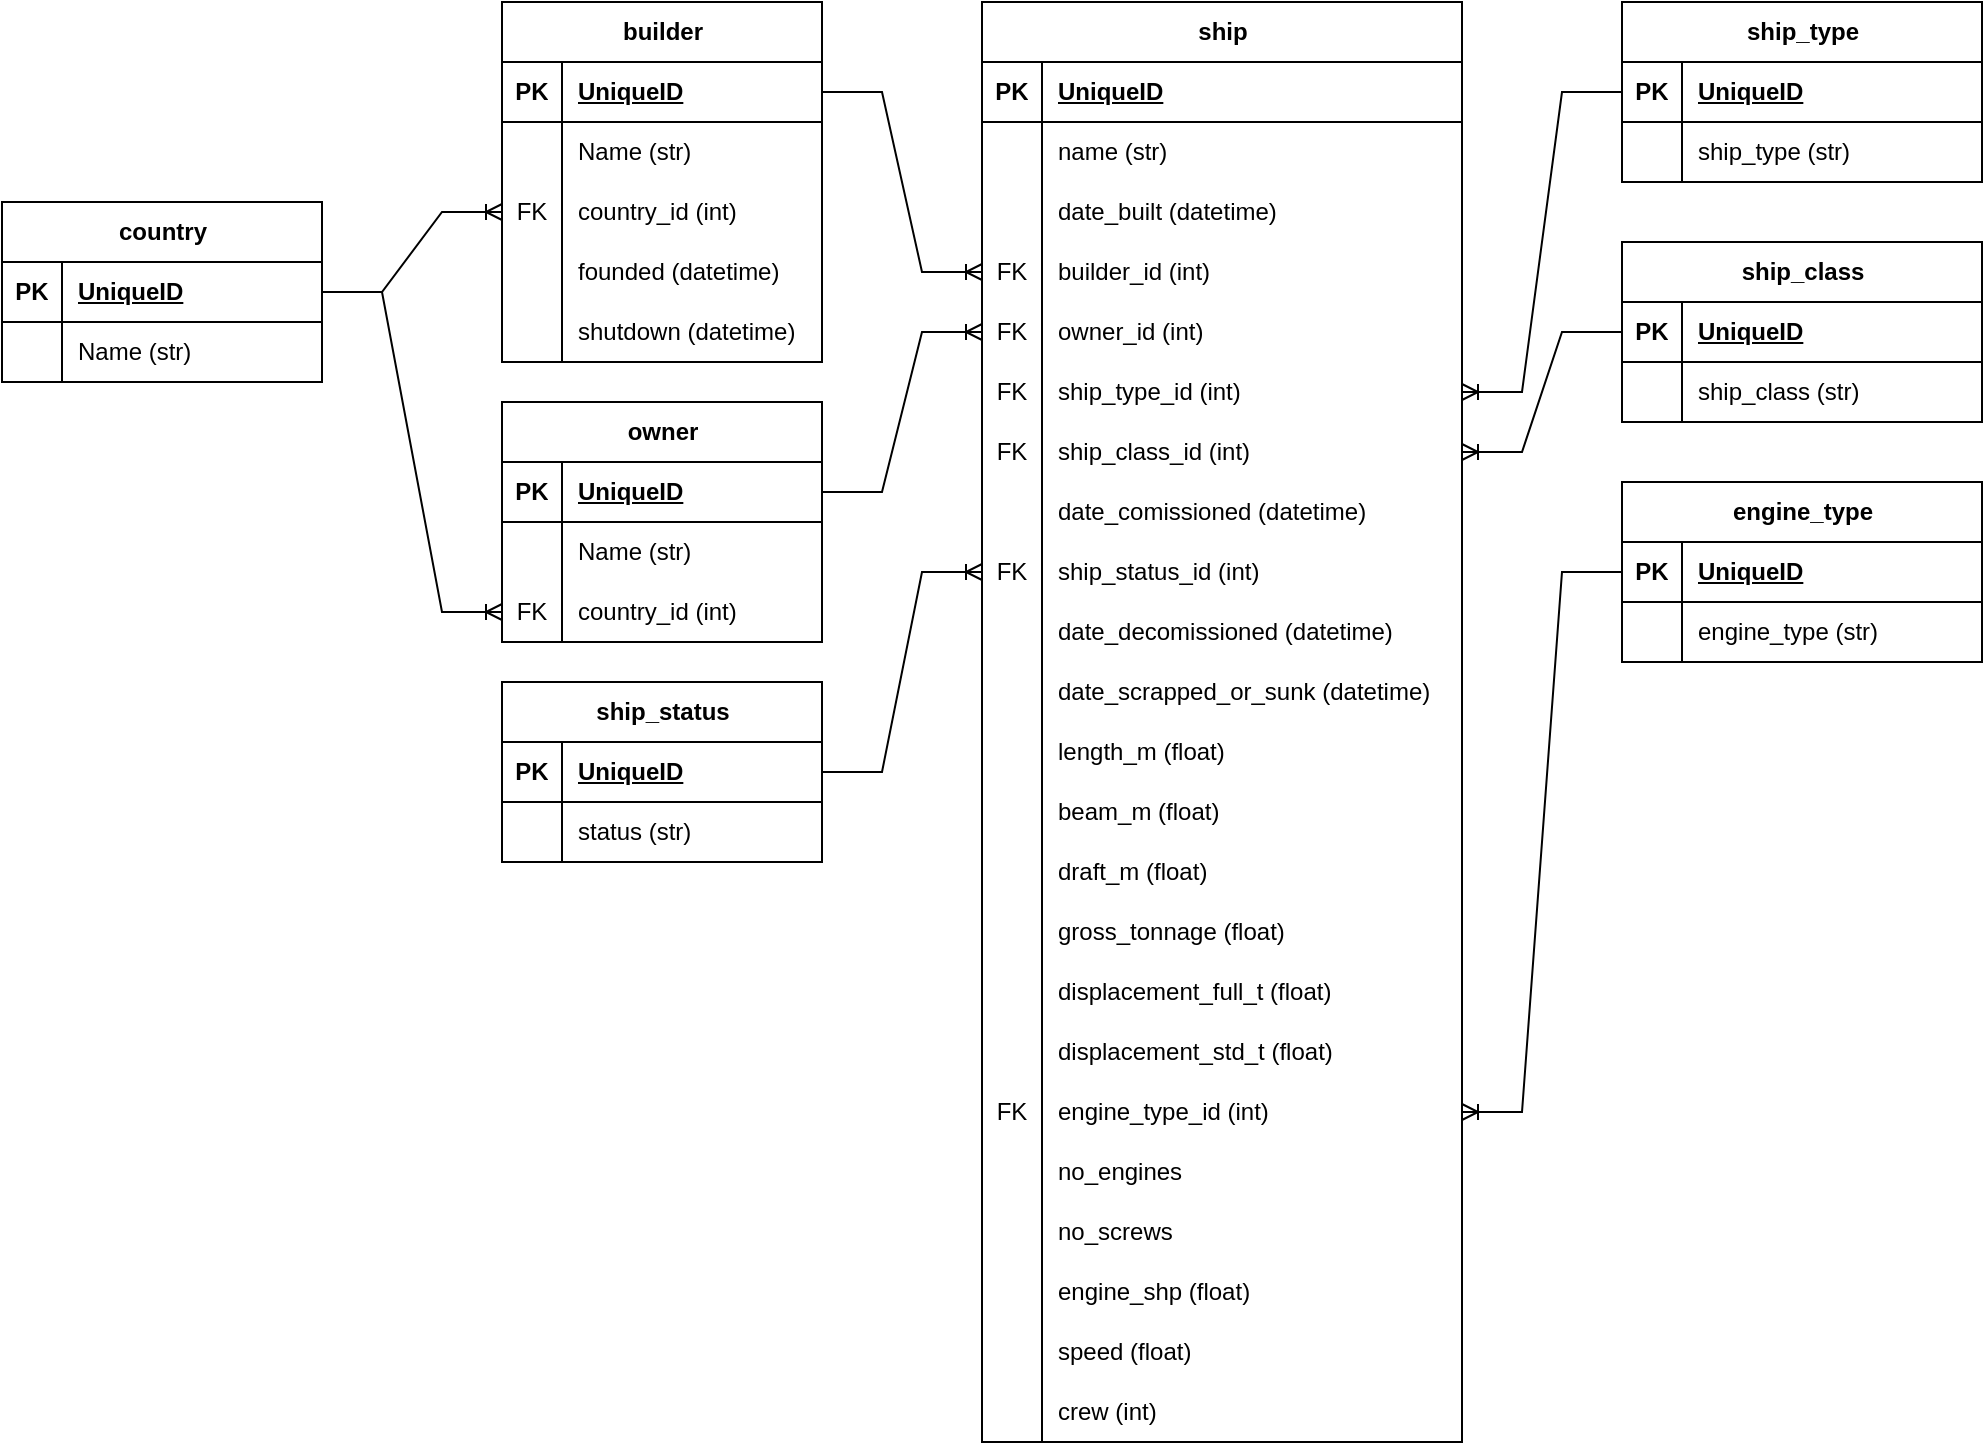
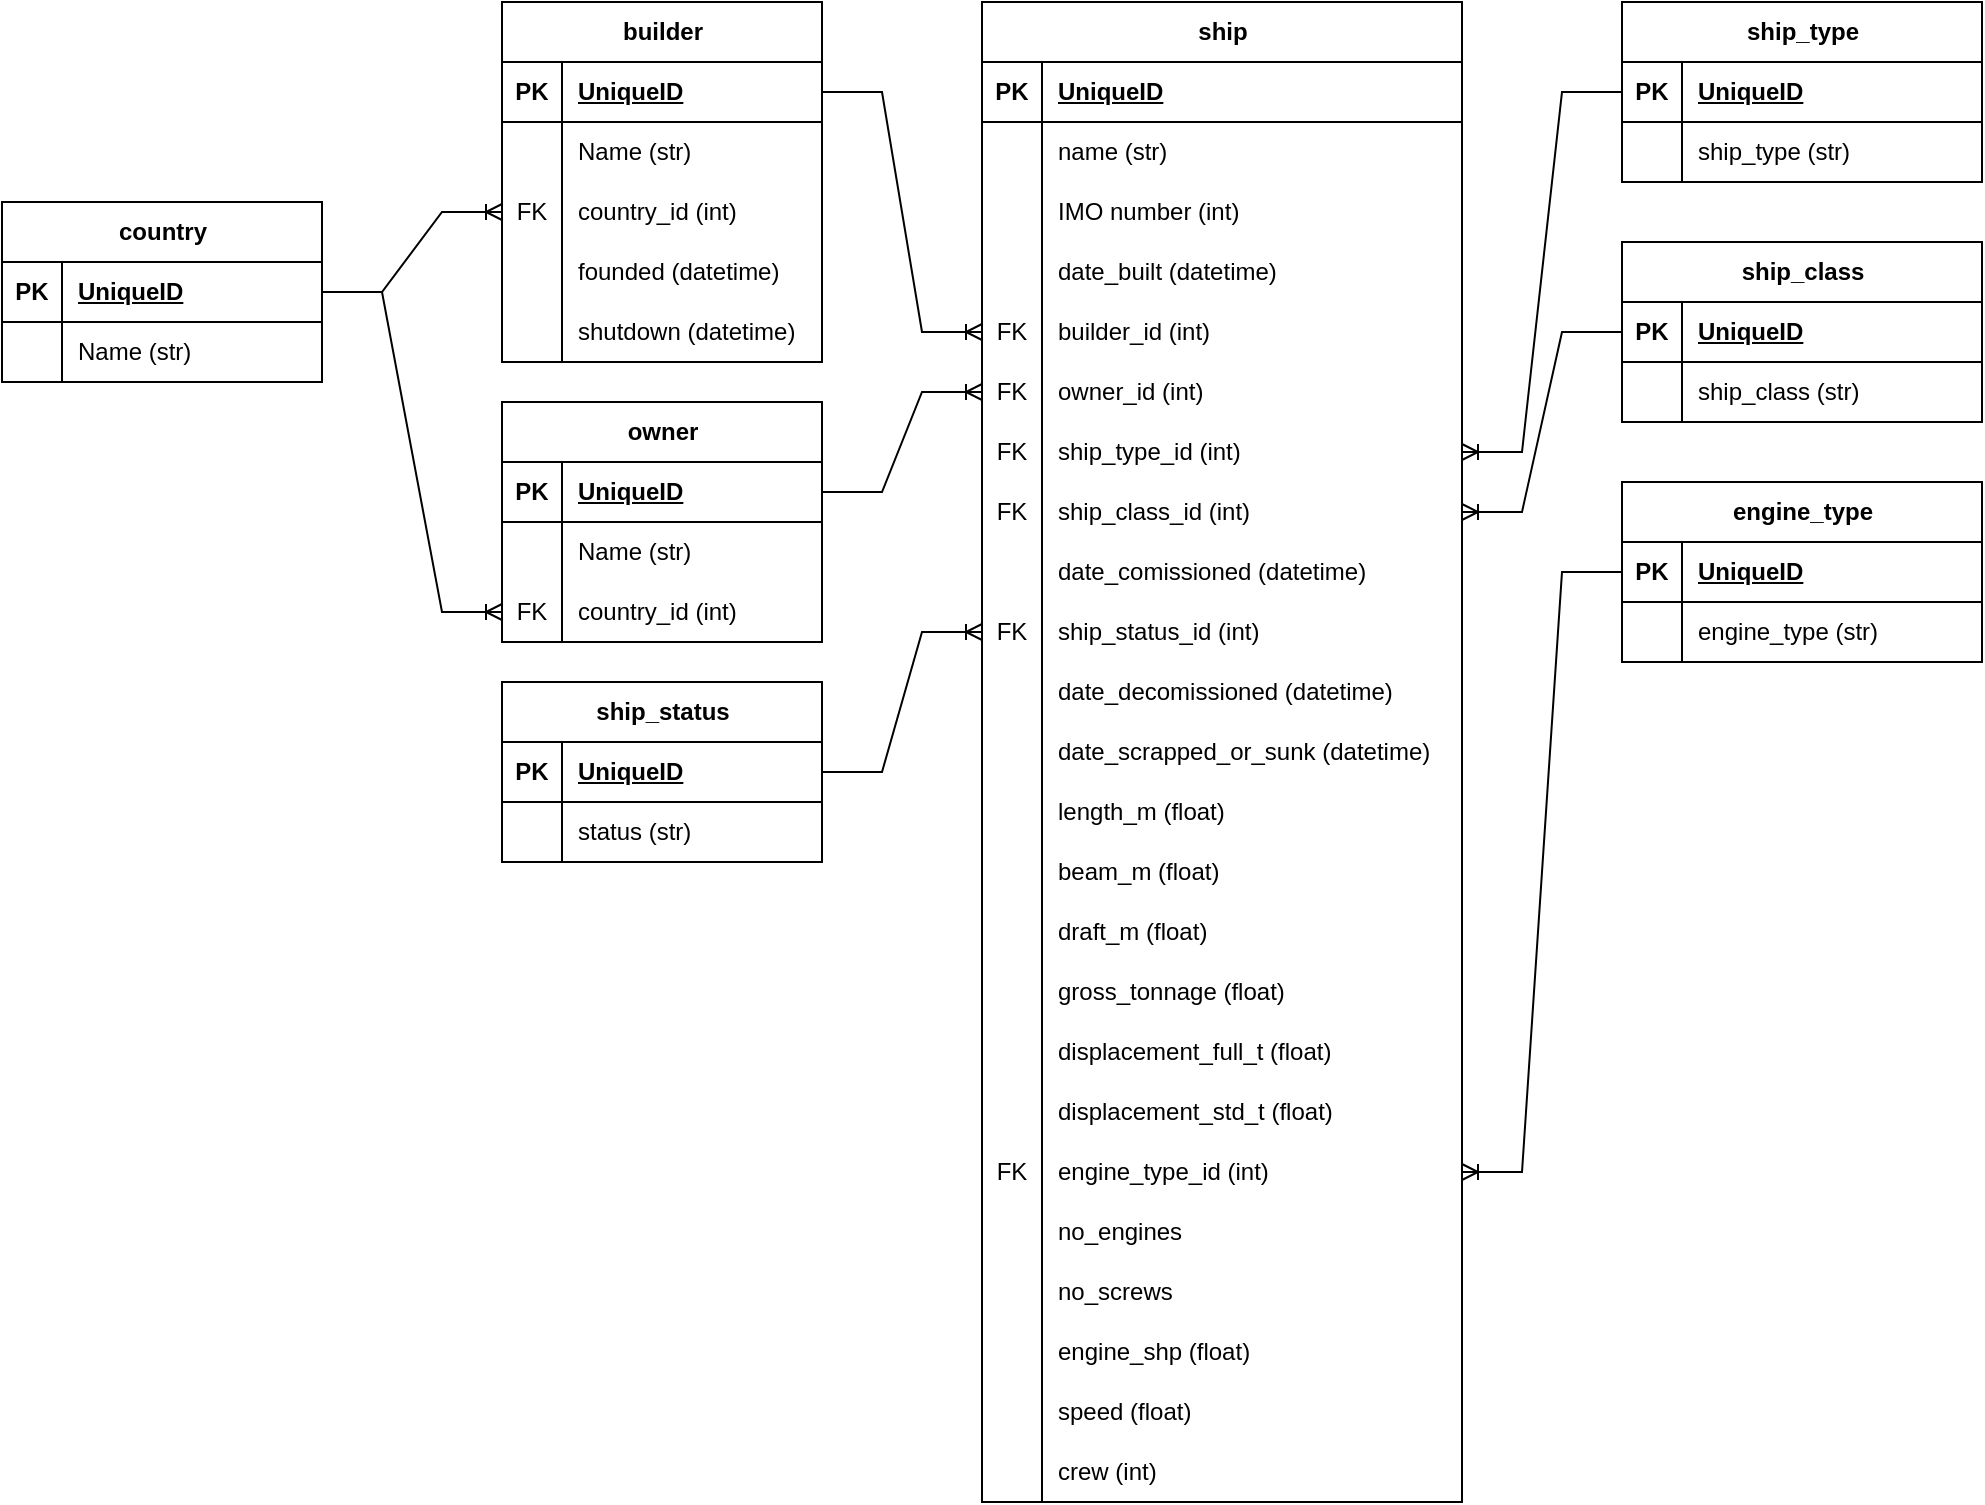
<mxfile host="app.diagrams.net">
  <diagram name="Page-1" id="LOYNeM2NkZnkJ2wTgsF5">
-     <mxGraphModel dx="2231" dy="848" grid="1" gridSize="10" guides="1" tooltips="1" connect="1" arrows="1" fold="1" page="1" pageScale="1" pageWidth="850" pageHeight="1100" math="0" shadow="0">
+     <mxGraphModel dx="2024" dy="721" grid="1" gridSize="10" guides="1" tooltips="1" connect="1" arrows="1" fold="1" page="1" pageScale="1" pageWidth="850" pageHeight="1100" math="0" shadow="0">
      <root>
        <mxCell id="0" />
        <mxCell id="1" parent="0" />
        <mxCell id="s1HRRTq7OXuXrh3WntV8-5" parent="1" style="shape=table;startSize=30;container=1;collapsible=1;childLayout=tableLayout;fixedRows=1;rowLines=0;fontStyle=1;align=center;resizeLast=1;html=1;" value="ship" vertex="1">
-           <mxGeometry height="720" width="240" x="320" y="160" as="geometry" />
+           <mxGeometry height="750" width="240" x="320" y="160" as="geometry" />
        </mxCell>
        <mxCell id="s1HRRTq7OXuXrh3WntV8-6" parent="s1HRRTq7OXuXrh3WntV8-5" style="shape=tableRow;horizontal=0;startSize=0;swimlaneHead=0;swimlaneBody=0;fillColor=none;collapsible=0;dropTarget=0;points=[[0,0.5],[1,0.5]];portConstraint=eastwest;top=0;left=0;right=0;bottom=1;" value="" vertex="1">
          <mxGeometry height="30" width="240" y="30" as="geometry" />
        </mxCell>
        <mxCell id="s1HRRTq7OXuXrh3WntV8-7" parent="s1HRRTq7OXuXrh3WntV8-6" style="shape=partialRectangle;connectable=0;fillColor=none;top=0;left=0;bottom=0;right=0;fontStyle=1;overflow=hidden;whiteSpace=wrap;html=1;" value="PK" vertex="1">
          <mxGeometry height="30" width="30" as="geometry">
            <mxRectangle height="30" width="30" as="alternateBounds" />
          </mxGeometry>
        </mxCell>
        <mxCell id="s1HRRTq7OXuXrh3WntV8-8" parent="s1HRRTq7OXuXrh3WntV8-6" style="shape=partialRectangle;connectable=0;fillColor=none;top=0;left=0;bottom=0;right=0;align=left;spacingLeft=6;fontStyle=5;overflow=hidden;whiteSpace=wrap;html=1;" value="UniqueID" vertex="1">
          <mxGeometry height="30" width="210" x="30" as="geometry">
            <mxRectangle height="30" width="210" as="alternateBounds" />
          </mxGeometry>
        </mxCell>
        <mxCell id="s1HRRTq7OXuXrh3WntV8-9" parent="s1HRRTq7OXuXrh3WntV8-5" style="shape=tableRow;horizontal=0;startSize=0;swimlaneHead=0;swimlaneBody=0;fillColor=none;collapsible=0;dropTarget=0;points=[[0,0.5],[1,0.5]];portConstraint=eastwest;top=0;left=0;right=0;bottom=0;" value="" vertex="1">
          <mxGeometry height="30" width="240" y="60" as="geometry" />
        </mxCell>
        <mxCell id="s1HRRTq7OXuXrh3WntV8-10" parent="s1HRRTq7OXuXrh3WntV8-9" style="shape=partialRectangle;connectable=0;fillColor=none;top=0;left=0;bottom=0;right=0;editable=1;overflow=hidden;whiteSpace=wrap;html=1;" value="" vertex="1">
          <mxGeometry height="30" width="30" as="geometry">
            <mxRectangle height="30" width="30" as="alternateBounds" />
          </mxGeometry>
        </mxCell>
        <mxCell id="s1HRRTq7OXuXrh3WntV8-11" parent="s1HRRTq7OXuXrh3WntV8-9" style="shape=partialRectangle;connectable=0;fillColor=none;top=0;left=0;bottom=0;right=0;align=left;spacingLeft=6;overflow=hidden;whiteSpace=wrap;html=1;" value="name (str)" vertex="1">
          <mxGeometry height="30" width="210" x="30" as="geometry">
            <mxRectangle height="30" width="210" as="alternateBounds" />
          </mxGeometry>
        </mxCell>
+         <mxCell id="lVAfV3OQQ8BUC_afsVHS-1" parent="s1HRRTq7OXuXrh3WntV8-5" style="shape=tableRow;horizontal=0;startSize=0;swimlaneHead=0;swimlaneBody=0;fillColor=none;collapsible=0;dropTarget=0;points=[[0,0.5],[1,0.5]];portConstraint=eastwest;top=0;left=0;right=0;bottom=0;" value="" vertex="1">
+           <mxGeometry height="30" width="240" y="90" as="geometry" />
+         </mxCell>
+         <mxCell id="lVAfV3OQQ8BUC_afsVHS-2" parent="lVAfV3OQQ8BUC_afsVHS-1" style="shape=partialRectangle;connectable=0;fillColor=none;top=0;left=0;bottom=0;right=0;editable=1;overflow=hidden;whiteSpace=wrap;html=1;" value="" vertex="1">
+           <mxGeometry height="30" width="30" as="geometry">
+             <mxRectangle height="30" width="30" as="alternateBounds" />
+           </mxGeometry>
+         </mxCell>
+         <mxCell id="lVAfV3OQQ8BUC_afsVHS-3" parent="lVAfV3OQQ8BUC_afsVHS-1" style="shape=partialRectangle;connectable=0;fillColor=none;top=0;left=0;bottom=0;right=0;align=left;spacingLeft=6;overflow=hidden;whiteSpace=wrap;html=1;" value="&lt;div&gt;IMO number (int)&lt;/div&gt;" vertex="1">
+           <mxGeometry height="30" width="210" x="30" as="geometry">
+             <mxRectangle height="30" width="210" as="alternateBounds" />
+           </mxGeometry>
+         </mxCell>
        <mxCell id="s1HRRTq7OXuXrh3WntV8-12" parent="s1HRRTq7OXuXrh3WntV8-5" style="shape=tableRow;horizontal=0;startSize=0;swimlaneHead=0;swimlaneBody=0;fillColor=none;collapsible=0;dropTarget=0;points=[[0,0.5],[1,0.5]];portConstraint=eastwest;top=0;left=0;right=0;bottom=0;" value="" vertex="1">
-           <mxGeometry height="30" width="240" y="90" as="geometry" />
+           <mxGeometry height="30" width="240" y="120" as="geometry" />
        </mxCell>
        <mxCell id="s1HRRTq7OXuXrh3WntV8-13" parent="s1HRRTq7OXuXrh3WntV8-12" style="shape=partialRectangle;connectable=0;fillColor=none;top=0;left=0;bottom=0;right=0;editable=1;overflow=hidden;whiteSpace=wrap;html=1;" value="" vertex="1">
          <mxGeometry height="30" width="30" as="geometry">
            <mxRectangle height="30" width="30" as="alternateBounds" />
          </mxGeometry>
        </mxCell>
        <mxCell id="s1HRRTq7OXuXrh3WntV8-14" parent="s1HRRTq7OXuXrh3WntV8-12" style="shape=partialRectangle;connectable=0;fillColor=none;top=0;left=0;bottom=0;right=0;align=left;spacingLeft=6;overflow=hidden;whiteSpace=wrap;html=1;" value="date_built (datetime)" vertex="1">
          <mxGeometry height="30" width="210" x="30" as="geometry">
            <mxRectangle height="30" width="210" as="alternateBounds" />
          </mxGeometry>
        </mxCell>
        <mxCell id="s1HRRTq7OXuXrh3WntV8-51" parent="s1HRRTq7OXuXrh3WntV8-5" style="shape=tableRow;horizontal=0;startSize=0;swimlaneHead=0;swimlaneBody=0;fillColor=none;collapsible=0;dropTarget=0;points=[[0,0.5],[1,0.5]];portConstraint=eastwest;top=0;left=0;right=0;bottom=0;" value="" vertex="1">
-           <mxGeometry height="30" width="240" y="120" as="geometry" />
+           <mxGeometry height="30" width="240" y="150" as="geometry" />
        </mxCell>
        <mxCell id="s1HRRTq7OXuXrh3WntV8-52" parent="s1HRRTq7OXuXrh3WntV8-51" style="shape=partialRectangle;connectable=0;fillColor=none;top=0;left=0;bottom=0;right=0;editable=1;overflow=hidden;whiteSpace=wrap;html=1;" value="FK" vertex="1">
          <mxGeometry height="30" width="30" as="geometry">
            <mxRectangle height="30" width="30" as="alternateBounds" />
          </mxGeometry>
        </mxCell>
        <mxCell id="s1HRRTq7OXuXrh3WntV8-53" parent="s1HRRTq7OXuXrh3WntV8-51" style="shape=partialRectangle;connectable=0;fillColor=none;top=0;left=0;bottom=0;right=0;align=left;spacingLeft=6;overflow=hidden;whiteSpace=wrap;html=1;" value="builder_id (int)" vertex="1">
          <mxGeometry height="30" width="210" x="30" as="geometry">
            <mxRectangle height="30" width="210" as="alternateBounds" />
          </mxGeometry>
        </mxCell>
        <mxCell id="s1HRRTq7OXuXrh3WntV8-88" parent="s1HRRTq7OXuXrh3WntV8-5" style="shape=tableRow;horizontal=0;startSize=0;swimlaneHead=0;swimlaneBody=0;fillColor=none;collapsible=0;dropTarget=0;points=[[0,0.5],[1,0.5]];portConstraint=eastwest;top=0;left=0;right=0;bottom=0;" value="" vertex="1">
-           <mxGeometry height="30" width="240" y="150" as="geometry" />
+           <mxGeometry height="30" width="240" y="180" as="geometry" />
        </mxCell>
        <mxCell id="s1HRRTq7OXuXrh3WntV8-89" parent="s1HRRTq7OXuXrh3WntV8-88" style="shape=partialRectangle;connectable=0;fillColor=none;top=0;left=0;bottom=0;right=0;editable=1;overflow=hidden;whiteSpace=wrap;html=1;" value="FK" vertex="1">
          <mxGeometry height="30" width="30" as="geometry">
            <mxRectangle height="30" width="30" as="alternateBounds" />
          </mxGeometry>
        </mxCell>
        <mxCell id="s1HRRTq7OXuXrh3WntV8-90" parent="s1HRRTq7OXuXrh3WntV8-88" style="shape=partialRectangle;connectable=0;fillColor=none;top=0;left=0;bottom=0;right=0;align=left;spacingLeft=6;overflow=hidden;whiteSpace=wrap;html=1;" value="owner_id (int)" vertex="1">
          <mxGeometry height="30" width="210" x="30" as="geometry">
            <mxRectangle height="30" width="210" as="alternateBounds" />
          </mxGeometry>
        </mxCell>
        <mxCell id="s1HRRTq7OXuXrh3WntV8-91" parent="s1HRRTq7OXuXrh3WntV8-5" style="shape=tableRow;horizontal=0;startSize=0;swimlaneHead=0;swimlaneBody=0;fillColor=none;collapsible=0;dropTarget=0;points=[[0,0.5],[1,0.5]];portConstraint=eastwest;top=0;left=0;right=0;bottom=0;" value="" vertex="1">
-           <mxGeometry height="30" width="240" y="180" as="geometry" />
+           <mxGeometry height="30" width="240" y="210" as="geometry" />
        </mxCell>
        <mxCell id="s1HRRTq7OXuXrh3WntV8-92" parent="s1HRRTq7OXuXrh3WntV8-91" style="shape=partialRectangle;connectable=0;fillColor=none;top=0;left=0;bottom=0;right=0;editable=1;overflow=hidden;whiteSpace=wrap;html=1;" value="FK" vertex="1">
          <mxGeometry height="30" width="30" as="geometry">
            <mxRectangle height="30" width="30" as="alternateBounds" />
          </mxGeometry>
        </mxCell>
        <mxCell id="s1HRRTq7OXuXrh3WntV8-93" parent="s1HRRTq7OXuXrh3WntV8-91" style="shape=partialRectangle;connectable=0;fillColor=none;top=0;left=0;bottom=0;right=0;align=left;spacingLeft=6;overflow=hidden;whiteSpace=wrap;html=1;" value="ship_type_id (int)" vertex="1">
          <mxGeometry height="30" width="210" x="30" as="geometry">
            <mxRectangle height="30" width="210" as="alternateBounds" />
          </mxGeometry>
        </mxCell>
        <mxCell id="s1HRRTq7OXuXrh3WntV8-94" parent="s1HRRTq7OXuXrh3WntV8-5" style="shape=tableRow;horizontal=0;startSize=0;swimlaneHead=0;swimlaneBody=0;fillColor=none;collapsible=0;dropTarget=0;points=[[0,0.5],[1,0.5]];portConstraint=eastwest;top=0;left=0;right=0;bottom=0;" value="" vertex="1">
-           <mxGeometry height="30" width="240" y="210" as="geometry" />
+           <mxGeometry height="30" width="240" y="240" as="geometry" />
        </mxCell>
        <mxCell id="s1HRRTq7OXuXrh3WntV8-95" parent="s1HRRTq7OXuXrh3WntV8-94" style="shape=partialRectangle;connectable=0;fillColor=none;top=0;left=0;bottom=0;right=0;editable=1;overflow=hidden;whiteSpace=wrap;html=1;" value="FK" vertex="1">
          <mxGeometry height="30" width="30" as="geometry">
            <mxRectangle height="30" width="30" as="alternateBounds" />
          </mxGeometry>
        </mxCell>
        <mxCell id="s1HRRTq7OXuXrh3WntV8-96" parent="s1HRRTq7OXuXrh3WntV8-94" style="shape=partialRectangle;connectable=0;fillColor=none;top=0;left=0;bottom=0;right=0;align=left;spacingLeft=6;overflow=hidden;whiteSpace=wrap;html=1;" value="ship_class_id (int)" vertex="1">
          <mxGeometry height="30" width="210" x="30" as="geometry">
            <mxRectangle height="30" width="210" as="alternateBounds" />
          </mxGeometry>
        </mxCell>
        <mxCell id="s1HRRTq7OXuXrh3WntV8-42" parent="s1HRRTq7OXuXrh3WntV8-5" style="shape=tableRow;horizontal=0;startSize=0;swimlaneHead=0;swimlaneBody=0;fillColor=none;collapsible=0;dropTarget=0;points=[[0,0.5],[1,0.5]];portConstraint=eastwest;top=0;left=0;right=0;bottom=0;" value="" vertex="1">
-           <mxGeometry height="30" width="240" y="240" as="geometry" />
+           <mxGeometry height="30" width="240" y="270" as="geometry" />
        </mxCell>
        <mxCell id="s1HRRTq7OXuXrh3WntV8-43" parent="s1HRRTq7OXuXrh3WntV8-42" style="shape=partialRectangle;connectable=0;fillColor=none;top=0;left=0;bottom=0;right=0;editable=1;overflow=hidden;whiteSpace=wrap;html=1;" value="" vertex="1">
          <mxGeometry height="30" width="30" as="geometry">
            <mxRectangle height="30" width="30" as="alternateBounds" />
          </mxGeometry>
        </mxCell>
        <mxCell id="s1HRRTq7OXuXrh3WntV8-44" parent="s1HRRTq7OXuXrh3WntV8-42" style="shape=partialRectangle;connectable=0;fillColor=none;top=0;left=0;bottom=0;right=0;align=left;spacingLeft=6;overflow=hidden;whiteSpace=wrap;html=1;" value="date_comissioned (datetime)" vertex="1">
          <mxGeometry height="30" width="210" x="30" as="geometry">
            <mxRectangle height="30" width="210" as="alternateBounds" />
          </mxGeometry>
        </mxCell>
        <mxCell id="s1HRRTq7OXuXrh3WntV8-15" parent="s1HRRTq7OXuXrh3WntV8-5" style="shape=tableRow;horizontal=0;startSize=0;swimlaneHead=0;swimlaneBody=0;fillColor=none;collapsible=0;dropTarget=0;points=[[0,0.5],[1,0.5]];portConstraint=eastwest;top=0;left=0;right=0;bottom=0;" value="" vertex="1">
-           <mxGeometry height="30" width="240" y="270" as="geometry" />
+           <mxGeometry height="30" width="240" y="300" as="geometry" />
        </mxCell>
        <mxCell id="s1HRRTq7OXuXrh3WntV8-16" parent="s1HRRTq7OXuXrh3WntV8-15" style="shape=partialRectangle;connectable=0;fillColor=none;top=0;left=0;bottom=0;right=0;editable=1;overflow=hidden;whiteSpace=wrap;html=1;" value="FK" vertex="1">
          <mxGeometry height="30" width="30" as="geometry">
            <mxRectangle height="30" width="30" as="alternateBounds" />
          </mxGeometry>
        </mxCell>
        <mxCell id="s1HRRTq7OXuXrh3WntV8-17" parent="s1HRRTq7OXuXrh3WntV8-15" style="shape=partialRectangle;connectable=0;fillColor=none;top=0;left=0;bottom=0;right=0;align=left;spacingLeft=6;overflow=hidden;whiteSpace=wrap;html=1;" value="&lt;div&gt;ship_status_id (int)&lt;/div&gt;" vertex="1">
          <mxGeometry height="30" width="210" x="30" as="geometry">
            <mxRectangle height="30" width="210" as="alternateBounds" />
          </mxGeometry>
        </mxCell>
        <mxCell id="s1HRRTq7OXuXrh3WntV8-39" parent="s1HRRTq7OXuXrh3WntV8-5" style="shape=tableRow;horizontal=0;startSize=0;swimlaneHead=0;swimlaneBody=0;fillColor=none;collapsible=0;dropTarget=0;points=[[0,0.5],[1,0.5]];portConstraint=eastwest;top=0;left=0;right=0;bottom=0;" value="" vertex="1">
-           <mxGeometry height="30" width="240" y="300" as="geometry" />
+           <mxGeometry height="30" width="240" y="330" as="geometry" />
        </mxCell>
        <mxCell id="s1HRRTq7OXuXrh3WntV8-40" parent="s1HRRTq7OXuXrh3WntV8-39" style="shape=partialRectangle;connectable=0;fillColor=none;top=0;left=0;bottom=0;right=0;editable=1;overflow=hidden;whiteSpace=wrap;html=1;" value="" vertex="1">
          <mxGeometry height="30" width="30" as="geometry">
            <mxRectangle height="30" width="30" as="alternateBounds" />
          </mxGeometry>
        </mxCell>
        <mxCell id="s1HRRTq7OXuXrh3WntV8-41" parent="s1HRRTq7OXuXrh3WntV8-39" style="shape=partialRectangle;connectable=0;fillColor=none;top=0;left=0;bottom=0;right=0;align=left;spacingLeft=6;overflow=hidden;whiteSpace=wrap;html=1;" value="&lt;div&gt;date_decomissioned (datetime)&lt;/div&gt;" vertex="1">
          <mxGeometry height="30" width="210" x="30" as="geometry">
            <mxRectangle height="30" width="210" as="alternateBounds" />
          </mxGeometry>
        </mxCell>
        <mxCell id="s1HRRTq7OXuXrh3WntV8-45" parent="s1HRRTq7OXuXrh3WntV8-5" style="shape=tableRow;horizontal=0;startSize=0;swimlaneHead=0;swimlaneBody=0;fillColor=none;collapsible=0;dropTarget=0;points=[[0,0.5],[1,0.5]];portConstraint=eastwest;top=0;left=0;right=0;bottom=0;" value="" vertex="1">
-           <mxGeometry height="30" width="240" y="330" as="geometry" />
+           <mxGeometry height="30" width="240" y="360" as="geometry" />
        </mxCell>
        <mxCell id="s1HRRTq7OXuXrh3WntV8-46" parent="s1HRRTq7OXuXrh3WntV8-45" style="shape=partialRectangle;connectable=0;fillColor=none;top=0;left=0;bottom=0;right=0;editable=1;overflow=hidden;whiteSpace=wrap;html=1;" value="" vertex="1">
          <mxGeometry height="30" width="30" as="geometry">
            <mxRectangle height="30" width="30" as="alternateBounds" />
          </mxGeometry>
        </mxCell>
        <mxCell id="s1HRRTq7OXuXrh3WntV8-47" parent="s1HRRTq7OXuXrh3WntV8-45" style="shape=partialRectangle;connectable=0;fillColor=none;top=0;left=0;bottom=0;right=0;align=left;spacingLeft=6;overflow=hidden;whiteSpace=wrap;html=1;" value="date_scrapped_or_sunk (datetime)" vertex="1">
          <mxGeometry height="30" width="210" x="30" as="geometry">
            <mxRectangle height="30" width="210" as="alternateBounds" />
          </mxGeometry>
        </mxCell>
        <mxCell id="s1HRRTq7OXuXrh3WntV8-48" parent="s1HRRTq7OXuXrh3WntV8-5" style="shape=tableRow;horizontal=0;startSize=0;swimlaneHead=0;swimlaneBody=0;fillColor=none;collapsible=0;dropTarget=0;points=[[0,0.5],[1,0.5]];portConstraint=eastwest;top=0;left=0;right=0;bottom=0;" value="" vertex="1">
-           <mxGeometry height="30" width="240" y="360" as="geometry" />
+           <mxGeometry height="30" width="240" y="390" as="geometry" />
        </mxCell>
        <mxCell id="s1HRRTq7OXuXrh3WntV8-49" parent="s1HRRTq7OXuXrh3WntV8-48" style="shape=partialRectangle;connectable=0;fillColor=none;top=0;left=0;bottom=0;right=0;editable=1;overflow=hidden;whiteSpace=wrap;html=1;" value="" vertex="1">
          <mxGeometry height="30" width="30" as="geometry">
            <mxRectangle height="30" width="30" as="alternateBounds" />
          </mxGeometry>
        </mxCell>
        <mxCell id="s1HRRTq7OXuXrh3WntV8-50" parent="s1HRRTq7OXuXrh3WntV8-48" style="shape=partialRectangle;connectable=0;fillColor=none;top=0;left=0;bottom=0;right=0;align=left;spacingLeft=6;overflow=hidden;whiteSpace=wrap;html=1;" value="length_m (float)" vertex="1">
          <mxGeometry height="30" width="210" x="30" as="geometry">
            <mxRectangle height="30" width="210" as="alternateBounds" />
          </mxGeometry>
        </mxCell>
        <mxCell id="s1HRRTq7OXuXrh3WntV8-82" parent="s1HRRTq7OXuXrh3WntV8-5" style="shape=tableRow;horizontal=0;startSize=0;swimlaneHead=0;swimlaneBody=0;fillColor=none;collapsible=0;dropTarget=0;points=[[0,0.5],[1,0.5]];portConstraint=eastwest;top=0;left=0;right=0;bottom=0;" value="" vertex="1">
-           <mxGeometry height="30" width="240" y="390" as="geometry" />
+           <mxGeometry height="30" width="240" y="420" as="geometry" />
        </mxCell>
        <mxCell id="s1HRRTq7OXuXrh3WntV8-83" parent="s1HRRTq7OXuXrh3WntV8-82" style="shape=partialRectangle;connectable=0;fillColor=none;top=0;left=0;bottom=0;right=0;editable=1;overflow=hidden;whiteSpace=wrap;html=1;" value="" vertex="1">
          <mxGeometry height="30" width="30" as="geometry">
            <mxRectangle height="30" width="30" as="alternateBounds" />
          </mxGeometry>
        </mxCell>
        <mxCell id="s1HRRTq7OXuXrh3WntV8-84" parent="s1HRRTq7OXuXrh3WntV8-82" style="shape=partialRectangle;connectable=0;fillColor=none;top=0;left=0;bottom=0;right=0;align=left;spacingLeft=6;overflow=hidden;whiteSpace=wrap;html=1;" value="beam_m (float)" vertex="1">
          <mxGeometry height="30" width="210" x="30" as="geometry">
            <mxRectangle height="30" width="210" as="alternateBounds" />
          </mxGeometry>
        </mxCell>
        <mxCell id="s1HRRTq7OXuXrh3WntV8-85" parent="s1HRRTq7OXuXrh3WntV8-5" style="shape=tableRow;horizontal=0;startSize=0;swimlaneHead=0;swimlaneBody=0;fillColor=none;collapsible=0;dropTarget=0;points=[[0,0.5],[1,0.5]];portConstraint=eastwest;top=0;left=0;right=0;bottom=0;" value="" vertex="1">
-           <mxGeometry height="30" width="240" y="420" as="geometry" />
+           <mxGeometry height="30" width="240" y="450" as="geometry" />
        </mxCell>
        <mxCell id="s1HRRTq7OXuXrh3WntV8-86" parent="s1HRRTq7OXuXrh3WntV8-85" style="shape=partialRectangle;connectable=0;fillColor=none;top=0;left=0;bottom=0;right=0;editable=1;overflow=hidden;whiteSpace=wrap;html=1;" value="" vertex="1">
          <mxGeometry height="30" width="30" as="geometry">
            <mxRectangle height="30" width="30" as="alternateBounds" />
          </mxGeometry>
        </mxCell>
        <mxCell id="s1HRRTq7OXuXrh3WntV8-87" parent="s1HRRTq7OXuXrh3WntV8-85" style="shape=partialRectangle;connectable=0;fillColor=none;top=0;left=0;bottom=0;right=0;align=left;spacingLeft=6;overflow=hidden;whiteSpace=wrap;html=1;" value="draft_m (float)" vertex="1">
          <mxGeometry height="30" width="210" x="30" as="geometry">
            <mxRectangle height="30" width="210" as="alternateBounds" />
          </mxGeometry>
        </mxCell>
        <mxCell id="s1HRRTq7OXuXrh3WntV8-100" parent="s1HRRTq7OXuXrh3WntV8-5" style="shape=tableRow;horizontal=0;startSize=0;swimlaneHead=0;swimlaneBody=0;fillColor=none;collapsible=0;dropTarget=0;points=[[0,0.5],[1,0.5]];portConstraint=eastwest;top=0;left=0;right=0;bottom=0;" value="" vertex="1">
-           <mxGeometry height="30" width="240" y="450" as="geometry" />
+           <mxGeometry height="30" width="240" y="480" as="geometry" />
        </mxCell>
        <mxCell id="s1HRRTq7OXuXrh3WntV8-101" parent="s1HRRTq7OXuXrh3WntV8-100" style="shape=partialRectangle;connectable=0;fillColor=none;top=0;left=0;bottom=0;right=0;editable=1;overflow=hidden;whiteSpace=wrap;html=1;" value="" vertex="1">
          <mxGeometry height="30" width="30" as="geometry">
            <mxRectangle height="30" width="30" as="alternateBounds" />
          </mxGeometry>
        </mxCell>
        <mxCell id="s1HRRTq7OXuXrh3WntV8-102" parent="s1HRRTq7OXuXrh3WntV8-100" style="shape=partialRectangle;connectable=0;fillColor=none;top=0;left=0;bottom=0;right=0;align=left;spacingLeft=6;overflow=hidden;whiteSpace=wrap;html=1;" value="gross_tonnage (float)" vertex="1">
          <mxGeometry height="30" width="210" x="30" as="geometry">
            <mxRectangle height="30" width="210" as="alternateBounds" />
          </mxGeometry>
        </mxCell>
        <mxCell id="s1HRRTq7OXuXrh3WntV8-127" parent="s1HRRTq7OXuXrh3WntV8-5" style="shape=tableRow;horizontal=0;startSize=0;swimlaneHead=0;swimlaneBody=0;fillColor=none;collapsible=0;dropTarget=0;points=[[0,0.5],[1,0.5]];portConstraint=eastwest;top=0;left=0;right=0;bottom=0;" value="" vertex="1">
-           <mxGeometry height="30" width="240" y="480" as="geometry" />
+           <mxGeometry height="30" width="240" y="510" as="geometry" />
        </mxCell>
        <mxCell id="s1HRRTq7OXuXrh3WntV8-128" parent="s1HRRTq7OXuXrh3WntV8-127" style="shape=partialRectangle;connectable=0;fillColor=none;top=0;left=0;bottom=0;right=0;editable=1;overflow=hidden;whiteSpace=wrap;html=1;" value="" vertex="1">
          <mxGeometry height="30" width="30" as="geometry">
            <mxRectangle height="30" width="30" as="alternateBounds" />
          </mxGeometry>
        </mxCell>
        <mxCell id="s1HRRTq7OXuXrh3WntV8-129" parent="s1HRRTq7OXuXrh3WntV8-127" style="shape=partialRectangle;connectable=0;fillColor=none;top=0;left=0;bottom=0;right=0;align=left;spacingLeft=6;overflow=hidden;whiteSpace=wrap;html=1;" value="displacement_full_t (float)" vertex="1">
          <mxGeometry height="30" width="210" x="30" as="geometry">
            <mxRectangle height="30" width="210" as="alternateBounds" />
          </mxGeometry>
        </mxCell>
        <mxCell id="s1HRRTq7OXuXrh3WntV8-124" parent="s1HRRTq7OXuXrh3WntV8-5" style="shape=tableRow;horizontal=0;startSize=0;swimlaneHead=0;swimlaneBody=0;fillColor=none;collapsible=0;dropTarget=0;points=[[0,0.5],[1,0.5]];portConstraint=eastwest;top=0;left=0;right=0;bottom=0;" value="" vertex="1">
-           <mxGeometry height="30" width="240" y="510" as="geometry" />
+           <mxGeometry height="30" width="240" y="540" as="geometry" />
        </mxCell>
        <mxCell id="s1HRRTq7OXuXrh3WntV8-125" parent="s1HRRTq7OXuXrh3WntV8-124" style="shape=partialRectangle;connectable=0;fillColor=none;top=0;left=0;bottom=0;right=0;editable=1;overflow=hidden;whiteSpace=wrap;html=1;" value="" vertex="1">
          <mxGeometry height="30" width="30" as="geometry">
            <mxRectangle height="30" width="30" as="alternateBounds" />
          </mxGeometry>
        </mxCell>
        <mxCell id="s1HRRTq7OXuXrh3WntV8-126" parent="s1HRRTq7OXuXrh3WntV8-124" style="shape=partialRectangle;connectable=0;fillColor=none;top=0;left=0;bottom=0;right=0;align=left;spacingLeft=6;overflow=hidden;whiteSpace=wrap;html=1;" value="displacement_std_t (float)" vertex="1">
          <mxGeometry height="30" width="210" x="30" as="geometry">
            <mxRectangle height="30" width="210" as="alternateBounds" />
          </mxGeometry>
        </mxCell>
        <mxCell id="s1HRRTq7OXuXrh3WntV8-106" parent="s1HRRTq7OXuXrh3WntV8-5" style="shape=tableRow;horizontal=0;startSize=0;swimlaneHead=0;swimlaneBody=0;fillColor=none;collapsible=0;dropTarget=0;points=[[0,0.5],[1,0.5]];portConstraint=eastwest;top=0;left=0;right=0;bottom=0;" value="" vertex="1">
-           <mxGeometry height="30" width="240" y="540" as="geometry" />
+           <mxGeometry height="30" width="240" y="570" as="geometry" />
        </mxCell>
        <mxCell id="s1HRRTq7OXuXrh3WntV8-107" parent="s1HRRTq7OXuXrh3WntV8-106" style="shape=partialRectangle;connectable=0;fillColor=none;top=0;left=0;bottom=0;right=0;editable=1;overflow=hidden;whiteSpace=wrap;html=1;" value="FK" vertex="1">
          <mxGeometry height="30" width="30" as="geometry">
            <mxRectangle height="30" width="30" as="alternateBounds" />
          </mxGeometry>
        </mxCell>
        <mxCell id="s1HRRTq7OXuXrh3WntV8-108" parent="s1HRRTq7OXuXrh3WntV8-106" style="shape=partialRectangle;connectable=0;fillColor=none;top=0;left=0;bottom=0;right=0;align=left;spacingLeft=6;overflow=hidden;whiteSpace=wrap;html=1;" value="engine_type_id (int)" vertex="1">
          <mxGeometry height="30" width="210" x="30" as="geometry">
            <mxRectangle height="30" width="210" as="alternateBounds" />
          </mxGeometry>
        </mxCell>
        <mxCell id="s1HRRTq7OXuXrh3WntV8-112" parent="s1HRRTq7OXuXrh3WntV8-5" style="shape=tableRow;horizontal=0;startSize=0;swimlaneHead=0;swimlaneBody=0;fillColor=none;collapsible=0;dropTarget=0;points=[[0,0.5],[1,0.5]];portConstraint=eastwest;top=0;left=0;right=0;bottom=0;" value="" vertex="1">
-           <mxGeometry height="30" width="240" y="570" as="geometry" />
+           <mxGeometry height="30" width="240" y="600" as="geometry" />
        </mxCell>
        <mxCell id="s1HRRTq7OXuXrh3WntV8-113" parent="s1HRRTq7OXuXrh3WntV8-112" style="shape=partialRectangle;connectable=0;fillColor=none;top=0;left=0;bottom=0;right=0;editable=1;overflow=hidden;whiteSpace=wrap;html=1;" value="" vertex="1">
          <mxGeometry height="30" width="30" as="geometry">
            <mxRectangle height="30" width="30" as="alternateBounds" />
          </mxGeometry>
        </mxCell>
        <mxCell id="s1HRRTq7OXuXrh3WntV8-114" parent="s1HRRTq7OXuXrh3WntV8-112" style="shape=partialRectangle;connectable=0;fillColor=none;top=0;left=0;bottom=0;right=0;align=left;spacingLeft=6;overflow=hidden;whiteSpace=wrap;html=1;" value="no_engines" vertex="1">
          <mxGeometry height="30" width="210" x="30" as="geometry">
            <mxRectangle height="30" width="210" as="alternateBounds" />
          </mxGeometry>
        </mxCell>
        <mxCell id="s1HRRTq7OXuXrh3WntV8-115" parent="s1HRRTq7OXuXrh3WntV8-5" style="shape=tableRow;horizontal=0;startSize=0;swimlaneHead=0;swimlaneBody=0;fillColor=none;collapsible=0;dropTarget=0;points=[[0,0.5],[1,0.5]];portConstraint=eastwest;top=0;left=0;right=0;bottom=0;" value="" vertex="1">
-           <mxGeometry height="30" width="240" y="600" as="geometry" />
+           <mxGeometry height="30" width="240" y="630" as="geometry" />
        </mxCell>
        <mxCell id="s1HRRTq7OXuXrh3WntV8-116" parent="s1HRRTq7OXuXrh3WntV8-115" style="shape=partialRectangle;connectable=0;fillColor=none;top=0;left=0;bottom=0;right=0;editable=1;overflow=hidden;whiteSpace=wrap;html=1;" value="" vertex="1">
          <mxGeometry height="30" width="30" as="geometry">
            <mxRectangle height="30" width="30" as="alternateBounds" />
          </mxGeometry>
        </mxCell>
        <mxCell id="s1HRRTq7OXuXrh3WntV8-117" parent="s1HRRTq7OXuXrh3WntV8-115" style="shape=partialRectangle;connectable=0;fillColor=none;top=0;left=0;bottom=0;right=0;align=left;spacingLeft=6;overflow=hidden;whiteSpace=wrap;html=1;" value="no_screws" vertex="1">
          <mxGeometry height="30" width="210" x="30" as="geometry">
            <mxRectangle height="30" width="210" as="alternateBounds" />
          </mxGeometry>
        </mxCell>
        <mxCell id="s1HRRTq7OXuXrh3WntV8-97" parent="s1HRRTq7OXuXrh3WntV8-5" style="shape=tableRow;horizontal=0;startSize=0;swimlaneHead=0;swimlaneBody=0;fillColor=none;collapsible=0;dropTarget=0;points=[[0,0.5],[1,0.5]];portConstraint=eastwest;top=0;left=0;right=0;bottom=0;" value="" vertex="1">
-           <mxGeometry height="30" width="240" y="630" as="geometry" />
+           <mxGeometry height="30" width="240" y="660" as="geometry" />
        </mxCell>
        <mxCell id="s1HRRTq7OXuXrh3WntV8-98" parent="s1HRRTq7OXuXrh3WntV8-97" style="shape=partialRectangle;connectable=0;fillColor=none;top=0;left=0;bottom=0;right=0;editable=1;overflow=hidden;whiteSpace=wrap;html=1;" value="" vertex="1">
          <mxGeometry height="30" width="30" as="geometry">
            <mxRectangle height="30" width="30" as="alternateBounds" />
          </mxGeometry>
        </mxCell>
        <mxCell id="s1HRRTq7OXuXrh3WntV8-99" parent="s1HRRTq7OXuXrh3WntV8-97" style="shape=partialRectangle;connectable=0;fillColor=none;top=0;left=0;bottom=0;right=0;align=left;spacingLeft=6;overflow=hidden;whiteSpace=wrap;html=1;" value="engine_shp (float)" vertex="1">
          <mxGeometry height="30" width="210" x="30" as="geometry">
            <mxRectangle height="30" width="210" as="alternateBounds" />
          </mxGeometry>
        </mxCell>
        <mxCell id="s1HRRTq7OXuXrh3WntV8-118" parent="s1HRRTq7OXuXrh3WntV8-5" style="shape=tableRow;horizontal=0;startSize=0;swimlaneHead=0;swimlaneBody=0;fillColor=none;collapsible=0;dropTarget=0;points=[[0,0.5],[1,0.5]];portConstraint=eastwest;top=0;left=0;right=0;bottom=0;" value="" vertex="1">
-           <mxGeometry height="30" width="240" y="660" as="geometry" />
+           <mxGeometry height="30" width="240" y="690" as="geometry" />
        </mxCell>
        <mxCell id="s1HRRTq7OXuXrh3WntV8-119" parent="s1HRRTq7OXuXrh3WntV8-118" style="shape=partialRectangle;connectable=0;fillColor=none;top=0;left=0;bottom=0;right=0;editable=1;overflow=hidden;whiteSpace=wrap;html=1;" value="" vertex="1">
          <mxGeometry height="30" width="30" as="geometry">
            <mxRectangle height="30" width="30" as="alternateBounds" />
          </mxGeometry>
        </mxCell>
        <mxCell id="s1HRRTq7OXuXrh3WntV8-120" parent="s1HRRTq7OXuXrh3WntV8-118" style="shape=partialRectangle;connectable=0;fillColor=none;top=0;left=0;bottom=0;right=0;align=left;spacingLeft=6;overflow=hidden;whiteSpace=wrap;html=1;" value="speed (float)" vertex="1">
          <mxGeometry height="30" width="210" x="30" as="geometry">
            <mxRectangle height="30" width="210" as="alternateBounds" />
          </mxGeometry>
        </mxCell>
        <mxCell id="s1HRRTq7OXuXrh3WntV8-121" parent="s1HRRTq7OXuXrh3WntV8-5" style="shape=tableRow;horizontal=0;startSize=0;swimlaneHead=0;swimlaneBody=0;fillColor=none;collapsible=0;dropTarget=0;points=[[0,0.5],[1,0.5]];portConstraint=eastwest;top=0;left=0;right=0;bottom=0;" value="" vertex="1">
-           <mxGeometry height="30" width="240" y="690" as="geometry" />
+           <mxGeometry height="30" width="240" y="720" as="geometry" />
        </mxCell>
        <mxCell id="s1HRRTq7OXuXrh3WntV8-122" parent="s1HRRTq7OXuXrh3WntV8-121" style="shape=partialRectangle;connectable=0;fillColor=none;top=0;left=0;bottom=0;right=0;editable=1;overflow=hidden;whiteSpace=wrap;html=1;" value="" vertex="1">
          <mxGeometry height="30" width="30" as="geometry">
            <mxRectangle height="30" width="30" as="alternateBounds" />
          </mxGeometry>
        </mxCell>
        <mxCell id="s1HRRTq7OXuXrh3WntV8-123" parent="s1HRRTq7OXuXrh3WntV8-121" style="shape=partialRectangle;connectable=0;fillColor=none;top=0;left=0;bottom=0;right=0;align=left;spacingLeft=6;overflow=hidden;whiteSpace=wrap;html=1;" value="crew (int)" vertex="1">
          <mxGeometry height="30" width="210" x="30" as="geometry">
            <mxRectangle height="30" width="210" as="alternateBounds" />
          </mxGeometry>
        </mxCell>
        <mxCell id="s1HRRTq7OXuXrh3WntV8-130" parent="1" style="shape=table;startSize=30;container=1;collapsible=1;childLayout=tableLayout;fixedRows=1;rowLines=0;fontStyle=1;align=center;resizeLast=1;html=1;" value="builder" vertex="1">
          <mxGeometry height="180" width="160" x="80" y="160" as="geometry" />
        </mxCell>
        <mxCell id="s1HRRTq7OXuXrh3WntV8-131" parent="s1HRRTq7OXuXrh3WntV8-130" style="shape=tableRow;horizontal=0;startSize=0;swimlaneHead=0;swimlaneBody=0;fillColor=none;collapsible=0;dropTarget=0;points=[[0,0.5],[1,0.5]];portConstraint=eastwest;top=0;left=0;right=0;bottom=1;" value="" vertex="1">
          <mxGeometry height="30" width="160" y="30" as="geometry" />
        </mxCell>
        <mxCell id="s1HRRTq7OXuXrh3WntV8-132" parent="s1HRRTq7OXuXrh3WntV8-131" style="shape=partialRectangle;connectable=0;fillColor=none;top=0;left=0;bottom=0;right=0;fontStyle=1;overflow=hidden;whiteSpace=wrap;html=1;" value="PK" vertex="1">
          <mxGeometry height="30" width="30" as="geometry">
            <mxRectangle height="30" width="30" as="alternateBounds" />
          </mxGeometry>
        </mxCell>
        <mxCell id="s1HRRTq7OXuXrh3WntV8-133" parent="s1HRRTq7OXuXrh3WntV8-131" style="shape=partialRectangle;connectable=0;fillColor=none;top=0;left=0;bottom=0;right=0;align=left;spacingLeft=6;fontStyle=5;overflow=hidden;whiteSpace=wrap;html=1;" value="UniqueID" vertex="1">
          <mxGeometry height="30" width="130" x="30" as="geometry">
            <mxRectangle height="30" width="130" as="alternateBounds" />
          </mxGeometry>
        </mxCell>
        <mxCell id="s1HRRTq7OXuXrh3WntV8-134" parent="s1HRRTq7OXuXrh3WntV8-130" style="shape=tableRow;horizontal=0;startSize=0;swimlaneHead=0;swimlaneBody=0;fillColor=none;collapsible=0;dropTarget=0;points=[[0,0.5],[1,0.5]];portConstraint=eastwest;top=0;left=0;right=0;bottom=0;" value="" vertex="1">
          <mxGeometry height="30" width="160" y="60" as="geometry" />
        </mxCell>
        <mxCell id="s1HRRTq7OXuXrh3WntV8-135" parent="s1HRRTq7OXuXrh3WntV8-134" style="shape=partialRectangle;connectable=0;fillColor=none;top=0;left=0;bottom=0;right=0;editable=1;overflow=hidden;whiteSpace=wrap;html=1;" value="" vertex="1">
          <mxGeometry height="30" width="30" as="geometry">
            <mxRectangle height="30" width="30" as="alternateBounds" />
          </mxGeometry>
        </mxCell>
        <mxCell id="s1HRRTq7OXuXrh3WntV8-136" parent="s1HRRTq7OXuXrh3WntV8-134" style="shape=partialRectangle;connectable=0;fillColor=none;top=0;left=0;bottom=0;right=0;align=left;spacingLeft=6;overflow=hidden;whiteSpace=wrap;html=1;" value="Name (str)" vertex="1">
          <mxGeometry height="30" width="130" x="30" as="geometry">
            <mxRectangle height="30" width="130" as="alternateBounds" />
          </mxGeometry>
        </mxCell>
        <mxCell id="s1HRRTq7OXuXrh3WntV8-137" parent="s1HRRTq7OXuXrh3WntV8-130" style="shape=tableRow;horizontal=0;startSize=0;swimlaneHead=0;swimlaneBody=0;fillColor=none;collapsible=0;dropTarget=0;points=[[0,0.5],[1,0.5]];portConstraint=eastwest;top=0;left=0;right=0;bottom=0;" value="" vertex="1">
          <mxGeometry height="30" width="160" y="90" as="geometry" />
        </mxCell>
        <mxCell id="s1HRRTq7OXuXrh3WntV8-138" parent="s1HRRTq7OXuXrh3WntV8-137" style="shape=partialRectangle;connectable=0;fillColor=none;top=0;left=0;bottom=0;right=0;editable=1;overflow=hidden;whiteSpace=wrap;html=1;" value="FK" vertex="1">
          <mxGeometry height="30" width="30" as="geometry">
            <mxRectangle height="30" width="30" as="alternateBounds" />
          </mxGeometry>
        </mxCell>
        <mxCell id="s1HRRTq7OXuXrh3WntV8-139" parent="s1HRRTq7OXuXrh3WntV8-137" style="shape=partialRectangle;connectable=0;fillColor=none;top=0;left=0;bottom=0;right=0;align=left;spacingLeft=6;overflow=hidden;whiteSpace=wrap;html=1;" value="country_id (int)" vertex="1">
          <mxGeometry height="30" width="130" x="30" as="geometry">
            <mxRectangle height="30" width="130" as="alternateBounds" />
          </mxGeometry>
        </mxCell>
        <mxCell id="s1HRRTq7OXuXrh3WntV8-140" parent="s1HRRTq7OXuXrh3WntV8-130" style="shape=tableRow;horizontal=0;startSize=0;swimlaneHead=0;swimlaneBody=0;fillColor=none;collapsible=0;dropTarget=0;points=[[0,0.5],[1,0.5]];portConstraint=eastwest;top=0;left=0;right=0;bottom=0;" value="" vertex="1">
          <mxGeometry height="30" width="160" y="120" as="geometry" />
        </mxCell>
        <mxCell id="s1HRRTq7OXuXrh3WntV8-141" parent="s1HRRTq7OXuXrh3WntV8-140" style="shape=partialRectangle;connectable=0;fillColor=none;top=0;left=0;bottom=0;right=0;editable=1;overflow=hidden;whiteSpace=wrap;html=1;" value="" vertex="1">
          <mxGeometry height="30" width="30" as="geometry">
            <mxRectangle height="30" width="30" as="alternateBounds" />
          </mxGeometry>
        </mxCell>
        <mxCell id="s1HRRTq7OXuXrh3WntV8-142" parent="s1HRRTq7OXuXrh3WntV8-140" style="shape=partialRectangle;connectable=0;fillColor=none;top=0;left=0;bottom=0;right=0;align=left;spacingLeft=6;overflow=hidden;whiteSpace=wrap;html=1;" value="founded (datetime)" vertex="1">
          <mxGeometry height="30" width="130" x="30" as="geometry">
            <mxRectangle height="30" width="130" as="alternateBounds" />
          </mxGeometry>
        </mxCell>
        <mxCell id="s1HRRTq7OXuXrh3WntV8-143" parent="s1HRRTq7OXuXrh3WntV8-130" style="shape=tableRow;horizontal=0;startSize=0;swimlaneHead=0;swimlaneBody=0;fillColor=none;collapsible=0;dropTarget=0;points=[[0,0.5],[1,0.5]];portConstraint=eastwest;top=0;left=0;right=0;bottom=0;" value="" vertex="1">
          <mxGeometry height="30" width="160" y="150" as="geometry" />
        </mxCell>
        <mxCell id="s1HRRTq7OXuXrh3WntV8-144" parent="s1HRRTq7OXuXrh3WntV8-143" style="shape=partialRectangle;connectable=0;fillColor=none;top=0;left=0;bottom=0;right=0;editable=1;overflow=hidden;whiteSpace=wrap;html=1;" value="" vertex="1">
          <mxGeometry height="30" width="30" as="geometry">
            <mxRectangle height="30" width="30" as="alternateBounds" />
          </mxGeometry>
        </mxCell>
        <mxCell id="s1HRRTq7OXuXrh3WntV8-145" parent="s1HRRTq7OXuXrh3WntV8-143" style="shape=partialRectangle;connectable=0;fillColor=none;top=0;left=0;bottom=0;right=0;align=left;spacingLeft=6;overflow=hidden;whiteSpace=wrap;html=1;" value="shutdown (datetime)" vertex="1">
          <mxGeometry height="30" width="130" x="30" as="geometry">
            <mxRectangle height="30" width="130" as="alternateBounds" />
          </mxGeometry>
        </mxCell>
        <mxCell id="s1HRRTq7OXuXrh3WntV8-146" edge="1" parent="1" source="s1HRRTq7OXuXrh3WntV8-130" style="edgeStyle=entityRelationEdgeStyle;fontSize=12;html=1;endArrow=ERoneToMany;rounded=0;exitX=1;exitY=0.25;exitDx=0;exitDy=0;" target="s1HRRTq7OXuXrh3WntV8-51" value="">
          <mxGeometry height="100" relative="1" width="100" as="geometry">
            <mxPoint x="230" y="630" as="sourcePoint" />
            <mxPoint x="330" y="530" as="targetPoint" />
          </mxGeometry>
        </mxCell>
        <mxCell id="s1HRRTq7OXuXrh3WntV8-147" parent="1" style="shape=table;startSize=30;container=1;collapsible=1;childLayout=tableLayout;fixedRows=1;rowLines=0;fontStyle=1;align=center;resizeLast=1;html=1;" value="owner" vertex="1">
          <mxGeometry height="120" width="160" x="80" y="360" as="geometry" />
        </mxCell>
        <mxCell id="s1HRRTq7OXuXrh3WntV8-148" parent="s1HRRTq7OXuXrh3WntV8-147" style="shape=tableRow;horizontal=0;startSize=0;swimlaneHead=0;swimlaneBody=0;fillColor=none;collapsible=0;dropTarget=0;points=[[0,0.5],[1,0.5]];portConstraint=eastwest;top=0;left=0;right=0;bottom=1;" value="" vertex="1">
          <mxGeometry height="30" width="160" y="30" as="geometry" />
        </mxCell>
        <mxCell id="s1HRRTq7OXuXrh3WntV8-149" parent="s1HRRTq7OXuXrh3WntV8-148" style="shape=partialRectangle;connectable=0;fillColor=none;top=0;left=0;bottom=0;right=0;fontStyle=1;overflow=hidden;whiteSpace=wrap;html=1;" value="PK" vertex="1">
          <mxGeometry height="30" width="30" as="geometry">
            <mxRectangle height="30" width="30" as="alternateBounds" />
          </mxGeometry>
        </mxCell>
        <mxCell id="s1HRRTq7OXuXrh3WntV8-150" parent="s1HRRTq7OXuXrh3WntV8-148" style="shape=partialRectangle;connectable=0;fillColor=none;top=0;left=0;bottom=0;right=0;align=left;spacingLeft=6;fontStyle=5;overflow=hidden;whiteSpace=wrap;html=1;" value="UniqueID" vertex="1">
          <mxGeometry height="30" width="130" x="30" as="geometry">
            <mxRectangle height="30" width="130" as="alternateBounds" />
          </mxGeometry>
        </mxCell>
        <mxCell id="s1HRRTq7OXuXrh3WntV8-151" parent="s1HRRTq7OXuXrh3WntV8-147" style="shape=tableRow;horizontal=0;startSize=0;swimlaneHead=0;swimlaneBody=0;fillColor=none;collapsible=0;dropTarget=0;points=[[0,0.5],[1,0.5]];portConstraint=eastwest;top=0;left=0;right=0;bottom=0;" value="" vertex="1">
          <mxGeometry height="30" width="160" y="60" as="geometry" />
        </mxCell>
        <mxCell id="s1HRRTq7OXuXrh3WntV8-152" parent="s1HRRTq7OXuXrh3WntV8-151" style="shape=partialRectangle;connectable=0;fillColor=none;top=0;left=0;bottom=0;right=0;editable=1;overflow=hidden;whiteSpace=wrap;html=1;" value="" vertex="1">
          <mxGeometry height="30" width="30" as="geometry">
            <mxRectangle height="30" width="30" as="alternateBounds" />
          </mxGeometry>
        </mxCell>
        <mxCell id="s1HRRTq7OXuXrh3WntV8-153" parent="s1HRRTq7OXuXrh3WntV8-151" style="shape=partialRectangle;connectable=0;fillColor=none;top=0;left=0;bottom=0;right=0;align=left;spacingLeft=6;overflow=hidden;whiteSpace=wrap;html=1;" value="Name (str)" vertex="1">
          <mxGeometry height="30" width="130" x="30" as="geometry">
            <mxRectangle height="30" width="130" as="alternateBounds" />
          </mxGeometry>
        </mxCell>
        <mxCell id="s1HRRTq7OXuXrh3WntV8-154" parent="s1HRRTq7OXuXrh3WntV8-147" style="shape=tableRow;horizontal=0;startSize=0;swimlaneHead=0;swimlaneBody=0;fillColor=none;collapsible=0;dropTarget=0;points=[[0,0.5],[1,0.5]];portConstraint=eastwest;top=0;left=0;right=0;bottom=0;" value="" vertex="1">
          <mxGeometry height="30" width="160" y="90" as="geometry" />
        </mxCell>
        <mxCell id="s1HRRTq7OXuXrh3WntV8-155" parent="s1HRRTq7OXuXrh3WntV8-154" style="shape=partialRectangle;connectable=0;fillColor=none;top=0;left=0;bottom=0;right=0;editable=1;overflow=hidden;whiteSpace=wrap;html=1;" value="FK" vertex="1">
          <mxGeometry height="30" width="30" as="geometry">
            <mxRectangle height="30" width="30" as="alternateBounds" />
          </mxGeometry>
        </mxCell>
        <mxCell id="s1HRRTq7OXuXrh3WntV8-156" parent="s1HRRTq7OXuXrh3WntV8-154" style="shape=partialRectangle;connectable=0;fillColor=none;top=0;left=0;bottom=0;right=0;align=left;spacingLeft=6;overflow=hidden;whiteSpace=wrap;html=1;" value="country_id (int)" vertex="1">
          <mxGeometry height="30" width="130" x="30" as="geometry">
            <mxRectangle height="30" width="130" as="alternateBounds" />
          </mxGeometry>
        </mxCell>
        <mxCell id="s1HRRTq7OXuXrh3WntV8-160" edge="1" parent="1" source="s1HRRTq7OXuXrh3WntV8-148" style="edgeStyle=entityRelationEdgeStyle;fontSize=12;html=1;endArrow=ERoneToMany;rounded=0;exitX=1;exitY=0.5;exitDx=0;exitDy=0;" target="s1HRRTq7OXuXrh3WntV8-88" value="">
          <mxGeometry height="100" relative="1" width="100" as="geometry">
            <mxPoint x="230" y="540" as="sourcePoint" />
            <mxPoint x="310" y="630" as="targetPoint" />
          </mxGeometry>
        </mxCell>
        <mxCell id="s1HRRTq7OXuXrh3WntV8-165" parent="1" style="shape=table;startSize=30;container=1;collapsible=1;childLayout=tableLayout;fixedRows=1;rowLines=0;fontStyle=1;align=center;resizeLast=1;html=1;" value="country" vertex="1">
          <mxGeometry height="90" width="160" x="-170" y="260" as="geometry" />
        </mxCell>
        <mxCell id="s1HRRTq7OXuXrh3WntV8-166" parent="s1HRRTq7OXuXrh3WntV8-165" style="shape=tableRow;horizontal=0;startSize=0;swimlaneHead=0;swimlaneBody=0;fillColor=none;collapsible=0;dropTarget=0;points=[[0,0.5],[1,0.5]];portConstraint=eastwest;top=0;left=0;right=0;bottom=1;" value="" vertex="1">
          <mxGeometry height="30" width="160" y="30" as="geometry" />
        </mxCell>
        <mxCell id="s1HRRTq7OXuXrh3WntV8-167" parent="s1HRRTq7OXuXrh3WntV8-166" style="shape=partialRectangle;connectable=0;fillColor=none;top=0;left=0;bottom=0;right=0;fontStyle=1;overflow=hidden;whiteSpace=wrap;html=1;" value="PK" vertex="1">
          <mxGeometry height="30" width="30" as="geometry">
            <mxRectangle height="30" width="30" as="alternateBounds" />
          </mxGeometry>
        </mxCell>
        <mxCell id="s1HRRTq7OXuXrh3WntV8-168" parent="s1HRRTq7OXuXrh3WntV8-166" style="shape=partialRectangle;connectable=0;fillColor=none;top=0;left=0;bottom=0;right=0;align=left;spacingLeft=6;fontStyle=5;overflow=hidden;whiteSpace=wrap;html=1;" value="UniqueID" vertex="1">
          <mxGeometry height="30" width="130" x="30" as="geometry">
            <mxRectangle height="30" width="130" as="alternateBounds" />
          </mxGeometry>
        </mxCell>
        <mxCell id="s1HRRTq7OXuXrh3WntV8-169" parent="s1HRRTq7OXuXrh3WntV8-165" style="shape=tableRow;horizontal=0;startSize=0;swimlaneHead=0;swimlaneBody=0;fillColor=none;collapsible=0;dropTarget=0;points=[[0,0.5],[1,0.5]];portConstraint=eastwest;top=0;left=0;right=0;bottom=0;" value="" vertex="1">
          <mxGeometry height="30" width="160" y="60" as="geometry" />
        </mxCell>
        <mxCell id="s1HRRTq7OXuXrh3WntV8-170" parent="s1HRRTq7OXuXrh3WntV8-169" style="shape=partialRectangle;connectable=0;fillColor=none;top=0;left=0;bottom=0;right=0;editable=1;overflow=hidden;whiteSpace=wrap;html=1;" value="" vertex="1">
          <mxGeometry height="30" width="30" as="geometry">
            <mxRectangle height="30" width="30" as="alternateBounds" />
          </mxGeometry>
        </mxCell>
        <mxCell id="s1HRRTq7OXuXrh3WntV8-171" parent="s1HRRTq7OXuXrh3WntV8-169" style="shape=partialRectangle;connectable=0;fillColor=none;top=0;left=0;bottom=0;right=0;align=left;spacingLeft=6;overflow=hidden;whiteSpace=wrap;html=1;" value="Name (str)" vertex="1">
          <mxGeometry height="30" width="130" x="30" as="geometry">
            <mxRectangle height="30" width="130" as="alternateBounds" />
          </mxGeometry>
        </mxCell>
        <mxCell id="s1HRRTq7OXuXrh3WntV8-181" edge="1" parent="1" source="s1HRRTq7OXuXrh3WntV8-165" style="edgeStyle=entityRelationEdgeStyle;fontSize=12;html=1;endArrow=ERoneToMany;rounded=0;exitX=1;exitY=0.5;exitDx=0;exitDy=0;" target="s1HRRTq7OXuXrh3WntV8-137" value="">
          <mxGeometry height="100" relative="1" width="100" as="geometry">
            <mxPoint x="-30" y="210" as="sourcePoint" />
            <mxPoint x="50" y="300" as="targetPoint" />
          </mxGeometry>
        </mxCell>
        <mxCell id="s1HRRTq7OXuXrh3WntV8-182" edge="1" parent="1" source="s1HRRTq7OXuXrh3WntV8-165" style="edgeStyle=entityRelationEdgeStyle;fontSize=12;html=1;endArrow=ERoneToMany;rounded=0;exitX=1;exitY=0.5;exitDx=0;exitDy=0;" target="s1HRRTq7OXuXrh3WntV8-154" value="">
          <mxGeometry height="100" relative="1" width="100" as="geometry">
            <mxPoint x="20" y="420" as="sourcePoint" />
            <mxPoint x="100" y="510" as="targetPoint" />
          </mxGeometry>
        </mxCell>
        <mxCell id="s1HRRTq7OXuXrh3WntV8-183" parent="1" style="shape=table;startSize=30;container=1;collapsible=1;childLayout=tableLayout;fixedRows=1;rowLines=0;fontStyle=1;align=center;resizeLast=1;html=1;" value="ship_status" vertex="1">
          <mxGeometry height="90" width="160" x="80" y="500" as="geometry" />
        </mxCell>
        <mxCell id="s1HRRTq7OXuXrh3WntV8-184" parent="s1HRRTq7OXuXrh3WntV8-183" style="shape=tableRow;horizontal=0;startSize=0;swimlaneHead=0;swimlaneBody=0;fillColor=none;collapsible=0;dropTarget=0;points=[[0,0.5],[1,0.5]];portConstraint=eastwest;top=0;left=0;right=0;bottom=1;" value="" vertex="1">
          <mxGeometry height="30" width="160" y="30" as="geometry" />
        </mxCell>
        <mxCell id="s1HRRTq7OXuXrh3WntV8-185" parent="s1HRRTq7OXuXrh3WntV8-184" style="shape=partialRectangle;connectable=0;fillColor=none;top=0;left=0;bottom=0;right=0;fontStyle=1;overflow=hidden;whiteSpace=wrap;html=1;" value="PK" vertex="1">
          <mxGeometry height="30" width="30" as="geometry">
            <mxRectangle height="30" width="30" as="alternateBounds" />
          </mxGeometry>
        </mxCell>
        <mxCell id="s1HRRTq7OXuXrh3WntV8-186" parent="s1HRRTq7OXuXrh3WntV8-184" style="shape=partialRectangle;connectable=0;fillColor=none;top=0;left=0;bottom=0;right=0;align=left;spacingLeft=6;fontStyle=5;overflow=hidden;whiteSpace=wrap;html=1;" value="UniqueID" vertex="1">
          <mxGeometry height="30" width="130" x="30" as="geometry">
            <mxRectangle height="30" width="130" as="alternateBounds" />
          </mxGeometry>
        </mxCell>
        <mxCell id="s1HRRTq7OXuXrh3WntV8-187" parent="s1HRRTq7OXuXrh3WntV8-183" style="shape=tableRow;horizontal=0;startSize=0;swimlaneHead=0;swimlaneBody=0;fillColor=none;collapsible=0;dropTarget=0;points=[[0,0.5],[1,0.5]];portConstraint=eastwest;top=0;left=0;right=0;bottom=0;" value="" vertex="1">
          <mxGeometry height="30" width="160" y="60" as="geometry" />
        </mxCell>
        <mxCell id="s1HRRTq7OXuXrh3WntV8-188" parent="s1HRRTq7OXuXrh3WntV8-187" style="shape=partialRectangle;connectable=0;fillColor=none;top=0;left=0;bottom=0;right=0;editable=1;overflow=hidden;whiteSpace=wrap;html=1;" value="" vertex="1">
          <mxGeometry height="30" width="30" as="geometry">
            <mxRectangle height="30" width="30" as="alternateBounds" />
          </mxGeometry>
        </mxCell>
        <mxCell id="s1HRRTq7OXuXrh3WntV8-189" parent="s1HRRTq7OXuXrh3WntV8-187" style="shape=partialRectangle;connectable=0;fillColor=none;top=0;left=0;bottom=0;right=0;align=left;spacingLeft=6;overflow=hidden;whiteSpace=wrap;html=1;" value="status (str)" vertex="1">
          <mxGeometry height="30" width="130" x="30" as="geometry">
            <mxRectangle height="30" width="130" as="alternateBounds" />
          </mxGeometry>
        </mxCell>
        <mxCell id="s1HRRTq7OXuXrh3WntV8-191" parent="1" style="shape=table;startSize=30;container=1;collapsible=1;childLayout=tableLayout;fixedRows=1;rowLines=0;fontStyle=1;align=center;resizeLast=1;html=1;" value="ship_type" vertex="1">
          <mxGeometry height="90" width="180" x="640" y="160" as="geometry" />
        </mxCell>
        <mxCell id="s1HRRTq7OXuXrh3WntV8-192" parent="s1HRRTq7OXuXrh3WntV8-191" style="shape=tableRow;horizontal=0;startSize=0;swimlaneHead=0;swimlaneBody=0;fillColor=none;collapsible=0;dropTarget=0;points=[[0,0.5],[1,0.5]];portConstraint=eastwest;top=0;left=0;right=0;bottom=1;" value="" vertex="1">
          <mxGeometry height="30" width="180" y="30" as="geometry" />
        </mxCell>
        <mxCell id="s1HRRTq7OXuXrh3WntV8-193" parent="s1HRRTq7OXuXrh3WntV8-192" style="shape=partialRectangle;connectable=0;fillColor=none;top=0;left=0;bottom=0;right=0;fontStyle=1;overflow=hidden;whiteSpace=wrap;html=1;" value="PK" vertex="1">
          <mxGeometry height="30" width="30" as="geometry">
            <mxRectangle height="30" width="30" as="alternateBounds" />
          </mxGeometry>
        </mxCell>
        <mxCell id="s1HRRTq7OXuXrh3WntV8-194" parent="s1HRRTq7OXuXrh3WntV8-192" style="shape=partialRectangle;connectable=0;fillColor=none;top=0;left=0;bottom=0;right=0;align=left;spacingLeft=6;fontStyle=5;overflow=hidden;whiteSpace=wrap;html=1;" value="UniqueID" vertex="1">
          <mxGeometry height="30" width="150" x="30" as="geometry">
            <mxRectangle height="30" width="150" as="alternateBounds" />
          </mxGeometry>
        </mxCell>
        <mxCell id="s1HRRTq7OXuXrh3WntV8-195" parent="s1HRRTq7OXuXrh3WntV8-191" style="shape=tableRow;horizontal=0;startSize=0;swimlaneHead=0;swimlaneBody=0;fillColor=none;collapsible=0;dropTarget=0;points=[[0,0.5],[1,0.5]];portConstraint=eastwest;top=0;left=0;right=0;bottom=0;" value="" vertex="1">
          <mxGeometry height="30" width="180" y="60" as="geometry" />
        </mxCell>
        <mxCell id="s1HRRTq7OXuXrh3WntV8-196" parent="s1HRRTq7OXuXrh3WntV8-195" style="shape=partialRectangle;connectable=0;fillColor=none;top=0;left=0;bottom=0;right=0;editable=1;overflow=hidden;whiteSpace=wrap;html=1;" value="" vertex="1">
          <mxGeometry height="30" width="30" as="geometry">
            <mxRectangle height="30" width="30" as="alternateBounds" />
          </mxGeometry>
        </mxCell>
        <mxCell id="s1HRRTq7OXuXrh3WntV8-197" parent="s1HRRTq7OXuXrh3WntV8-195" style="shape=partialRectangle;connectable=0;fillColor=none;top=0;left=0;bottom=0;right=0;align=left;spacingLeft=6;overflow=hidden;whiteSpace=wrap;html=1;" value="ship_type (str)" vertex="1">
          <mxGeometry height="30" width="150" x="30" as="geometry">
            <mxRectangle height="30" width="150" as="alternateBounds" />
          </mxGeometry>
        </mxCell>
        <mxCell id="s1HRRTq7OXuXrh3WntV8-204" edge="1" parent="1" source="s1HRRTq7OXuXrh3WntV8-192" style="edgeStyle=entityRelationEdgeStyle;fontSize=12;html=1;endArrow=ERoneToMany;rounded=0;exitX=0;exitY=0.5;exitDx=0;exitDy=0;" target="s1HRRTq7OXuXrh3WntV8-91" value="">
          <mxGeometry height="100" relative="1" width="100" as="geometry">
            <mxPoint x="690" y="440" as="sourcePoint" />
            <mxPoint x="600" y="210" as="targetPoint" />
          </mxGeometry>
        </mxCell>
        <mxCell id="s1HRRTq7OXuXrh3WntV8-205" parent="1" style="shape=table;startSize=30;container=1;collapsible=1;childLayout=tableLayout;fixedRows=1;rowLines=0;fontStyle=1;align=center;resizeLast=1;html=1;" value="ship_class" vertex="1">
          <mxGeometry height="90" width="180" x="640" y="280" as="geometry" />
        </mxCell>
        <mxCell id="s1HRRTq7OXuXrh3WntV8-206" parent="s1HRRTq7OXuXrh3WntV8-205" style="shape=tableRow;horizontal=0;startSize=0;swimlaneHead=0;swimlaneBody=0;fillColor=none;collapsible=0;dropTarget=0;points=[[0,0.5],[1,0.5]];portConstraint=eastwest;top=0;left=0;right=0;bottom=1;" value="" vertex="1">
          <mxGeometry height="30" width="180" y="30" as="geometry" />
        </mxCell>
        <mxCell id="s1HRRTq7OXuXrh3WntV8-207" parent="s1HRRTq7OXuXrh3WntV8-206" style="shape=partialRectangle;connectable=0;fillColor=none;top=0;left=0;bottom=0;right=0;fontStyle=1;overflow=hidden;whiteSpace=wrap;html=1;" value="PK" vertex="1">
          <mxGeometry height="30" width="30" as="geometry">
            <mxRectangle height="30" width="30" as="alternateBounds" />
          </mxGeometry>
        </mxCell>
        <mxCell id="s1HRRTq7OXuXrh3WntV8-208" parent="s1HRRTq7OXuXrh3WntV8-206" style="shape=partialRectangle;connectable=0;fillColor=none;top=0;left=0;bottom=0;right=0;align=left;spacingLeft=6;fontStyle=5;overflow=hidden;whiteSpace=wrap;html=1;" value="UniqueID" vertex="1">
          <mxGeometry height="30" width="150" x="30" as="geometry">
            <mxRectangle height="30" width="150" as="alternateBounds" />
          </mxGeometry>
        </mxCell>
        <mxCell id="s1HRRTq7OXuXrh3WntV8-209" parent="s1HRRTq7OXuXrh3WntV8-205" style="shape=tableRow;horizontal=0;startSize=0;swimlaneHead=0;swimlaneBody=0;fillColor=none;collapsible=0;dropTarget=0;points=[[0,0.5],[1,0.5]];portConstraint=eastwest;top=0;left=0;right=0;bottom=0;" value="" vertex="1">
          <mxGeometry height="30" width="180" y="60" as="geometry" />
        </mxCell>
        <mxCell id="s1HRRTq7OXuXrh3WntV8-210" parent="s1HRRTq7OXuXrh3WntV8-209" style="shape=partialRectangle;connectable=0;fillColor=none;top=0;left=0;bottom=0;right=0;editable=1;overflow=hidden;whiteSpace=wrap;html=1;" value="" vertex="1">
          <mxGeometry height="30" width="30" as="geometry">
            <mxRectangle height="30" width="30" as="alternateBounds" />
          </mxGeometry>
        </mxCell>
        <mxCell id="s1HRRTq7OXuXrh3WntV8-211" parent="s1HRRTq7OXuXrh3WntV8-209" style="shape=partialRectangle;connectable=0;fillColor=none;top=0;left=0;bottom=0;right=0;align=left;spacingLeft=6;overflow=hidden;whiteSpace=wrap;html=1;" value="ship_class (str)" vertex="1">
          <mxGeometry height="30" width="150" x="30" as="geometry">
            <mxRectangle height="30" width="150" as="alternateBounds" />
          </mxGeometry>
        </mxCell>
        <mxCell id="s1HRRTq7OXuXrh3WntV8-212" edge="1" parent="1" source="s1HRRTq7OXuXrh3WntV8-206" style="edgeStyle=entityRelationEdgeStyle;fontSize=12;html=1;endArrow=ERoneToMany;rounded=0;exitX=0;exitY=0.5;exitDx=0;exitDy=0;" target="s1HRRTq7OXuXrh3WntV8-94" value="">
          <mxGeometry height="100" relative="1" width="100" as="geometry">
            <mxPoint x="610" y="500" as="sourcePoint" />
            <mxPoint x="690" y="440" as="targetPoint" />
          </mxGeometry>
        </mxCell>
        <mxCell id="s1HRRTq7OXuXrh3WntV8-213" edge="1" parent="1" source="s1HRRTq7OXuXrh3WntV8-184" style="edgeStyle=entityRelationEdgeStyle;fontSize=12;html=1;endArrow=ERoneToMany;rounded=0;" target="s1HRRTq7OXuXrh3WntV8-15" value="">
          <mxGeometry height="100" relative="1" width="100" as="geometry">
            <mxPoint x="250" y="750" as="sourcePoint" />
            <mxPoint x="330" y="600" as="targetPoint" />
          </mxGeometry>
        </mxCell>
        <mxCell id="s1HRRTq7OXuXrh3WntV8-214" parent="1" style="shape=table;startSize=30;container=1;collapsible=1;childLayout=tableLayout;fixedRows=1;rowLines=0;fontStyle=1;align=center;resizeLast=1;html=1;" value="engine_type" vertex="1">
          <mxGeometry height="90" width="180" x="640" y="400" as="geometry" />
        </mxCell>
        <mxCell id="s1HRRTq7OXuXrh3WntV8-215" parent="s1HRRTq7OXuXrh3WntV8-214" style="shape=tableRow;horizontal=0;startSize=0;swimlaneHead=0;swimlaneBody=0;fillColor=none;collapsible=0;dropTarget=0;points=[[0,0.5],[1,0.5]];portConstraint=eastwest;top=0;left=0;right=0;bottom=1;" value="" vertex="1">
          <mxGeometry height="30" width="180" y="30" as="geometry" />
        </mxCell>
        <mxCell id="s1HRRTq7OXuXrh3WntV8-216" parent="s1HRRTq7OXuXrh3WntV8-215" style="shape=partialRectangle;connectable=0;fillColor=none;top=0;left=0;bottom=0;right=0;fontStyle=1;overflow=hidden;whiteSpace=wrap;html=1;" value="PK" vertex="1">
          <mxGeometry height="30" width="30" as="geometry">
            <mxRectangle height="30" width="30" as="alternateBounds" />
          </mxGeometry>
        </mxCell>
        <mxCell id="s1HRRTq7OXuXrh3WntV8-217" parent="s1HRRTq7OXuXrh3WntV8-215" style="shape=partialRectangle;connectable=0;fillColor=none;top=0;left=0;bottom=0;right=0;align=left;spacingLeft=6;fontStyle=5;overflow=hidden;whiteSpace=wrap;html=1;" value="UniqueID" vertex="1">
          <mxGeometry height="30" width="150" x="30" as="geometry">
            <mxRectangle height="30" width="150" as="alternateBounds" />
          </mxGeometry>
        </mxCell>
        <mxCell id="s1HRRTq7OXuXrh3WntV8-218" parent="s1HRRTq7OXuXrh3WntV8-214" style="shape=tableRow;horizontal=0;startSize=0;swimlaneHead=0;swimlaneBody=0;fillColor=none;collapsible=0;dropTarget=0;points=[[0,0.5],[1,0.5]];portConstraint=eastwest;top=0;left=0;right=0;bottom=0;" value="" vertex="1">
          <mxGeometry height="30" width="180" y="60" as="geometry" />
        </mxCell>
        <mxCell id="s1HRRTq7OXuXrh3WntV8-219" parent="s1HRRTq7OXuXrh3WntV8-218" style="shape=partialRectangle;connectable=0;fillColor=none;top=0;left=0;bottom=0;right=0;editable=1;overflow=hidden;whiteSpace=wrap;html=1;" value="" vertex="1">
          <mxGeometry height="30" width="30" as="geometry">
            <mxRectangle height="30" width="30" as="alternateBounds" />
          </mxGeometry>
        </mxCell>
        <mxCell id="s1HRRTq7OXuXrh3WntV8-220" parent="s1HRRTq7OXuXrh3WntV8-218" style="shape=partialRectangle;connectable=0;fillColor=none;top=0;left=0;bottom=0;right=0;align=left;spacingLeft=6;overflow=hidden;whiteSpace=wrap;html=1;" value="engine_type (str)" vertex="1">
          <mxGeometry height="30" width="150" x="30" as="geometry">
            <mxRectangle height="30" width="150" as="alternateBounds" />
          </mxGeometry>
        </mxCell>
        <mxCell id="s1HRRTq7OXuXrh3WntV8-221" edge="1" parent="1" source="s1HRRTq7OXuXrh3WntV8-215" style="edgeStyle=entityRelationEdgeStyle;fontSize=12;html=1;endArrow=ERoneToMany;rounded=0;exitX=0;exitY=0.5;exitDx=0;exitDy=0;" target="s1HRRTq7OXuXrh3WntV8-106" value="">
          <mxGeometry height="100" relative="1" width="100" as="geometry">
            <mxPoint x="670" y="540" as="sourcePoint" />
            <mxPoint x="590" y="600" as="targetPoint" />
          </mxGeometry>
        </mxCell>
      </root>
    </mxGraphModel>
  </diagram>
</mxfile>
